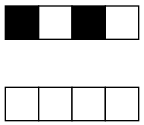
The Graphviz diagram Graficas/grafico.png in LeoDeveloper96/IPC2_Proyecto1_-201708993, before a commit. Its source is kept beside it as Graficas/grafico.dot.
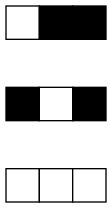
After the change.

Change to the diagram source:
```diff
@@ -1,29 +1,38 @@
-graph ejemplo01{
+graph ejemplo02{
 node [shape=plain]
  splines=false
 struct1 [label=<
 <TABLE BORDER="0" CELLBORDER="1" CELLSPACING="0" CELLPADDING="0">
 <TR>
-<TD PORT="f0" bgcolor="black" width="25" height="25" fixedsize="true"></TD>
-<TD PORT="f1" bgcolor="white" width="25" height="25" fixedsize="true"></TD>
+<TD PORT="f0" bgcolor="white" width="25" height="25" fixedsize="true"></TD>
+<TD PORT="f1" bgcolor="black" width="25" height="25" fixedsize="true"></TD>
 <TD PORT="f2" bgcolor="black" width="25" height="25" fixedsize="true"></TD>
-<TD PORT="f3" bgcolor="white" width="25" height="25" fixedsize="true"></TD>
 </TR>
 </TABLE >>];
 
 struct2 [label=<
 <TABLE BORDER="0" CELLBORDER="1" CELLSPACING="0" CELLPADDING="0">
 <TR>
+<TD PORT="f3" bgcolor="black" width="25" height="25" fixedsize="true"></TD>
 <TD PORT="f4" bgcolor="white" width="25" height="25" fixedsize="true"></TD>
-<TD PORT="f5" bgcolor="white" width="25" height="25" fixedsize="true"></TD>
-<TD PORT="f6" bgcolor="white" width="25" height="25" fixedsize="true"></TD>
-<TD PORT="f7" bgcolor="white" width="25" height="25" fixedsize="true"></TD>
+<TD PORT="f5" bgcolor="black" width="25" height="25" fixedsize="true"></TD>
 </TR>
 </TABLE >>];
 
-struct1:f0 -- struct2:f4[style=invis];
-struct1:f1 -- struct2:f5[style=invis];
-struct1:f2 -- struct2:f6[style=invis];
-struct1:f3 -- struct2:f7[style=invis];
+struct3 [label=<
+<TABLE BORDER="0" CELLBORDER="1" CELLSPACING="0" CELLPADDING="0">
+<TR>
+<TD PORT="f6" bgcolor="white" width="25" height="25" fixedsize="true"></TD>
+<TD PORT="f7" bgcolor="white" width="25" height="25" fixedsize="true"></TD>
+<TD PORT="f8" bgcolor="white" width="25" height="25" fixedsize="true"></TD>
+</TR>
+</TABLE >>];
+
+struct1:f0 -- struct2:f3[style=invis];
+struct1:f1 -- struct2:f4[style=invis];
+struct1:f2 -- struct2:f5[style=invis];
+struct2:f0 -- struct3:f3[style=invis];
+struct2:f1 -- struct3:f4[style=invis];
+struct2:f2 -- struct3:f5[style=invis];
 
 }
```
